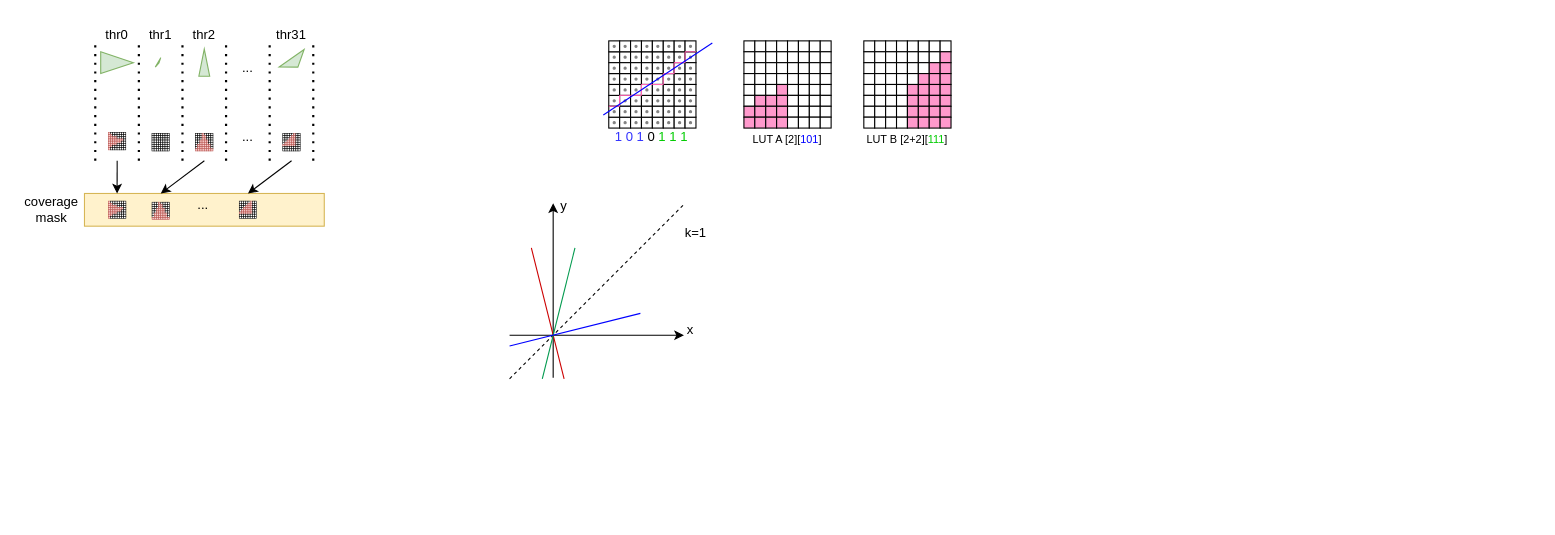
Before: input-shade.drawio in spaceboy202105/img, a draw.io diagram. Source tidied: cells renumbered, new cells numbered last; positions are measured from the earlier drawing's top-left corner, leaving out a move shared by most shapes. Both pictures are drawn from the tidied source at 109%, with x=0, y=0 at pixel (19, 19).
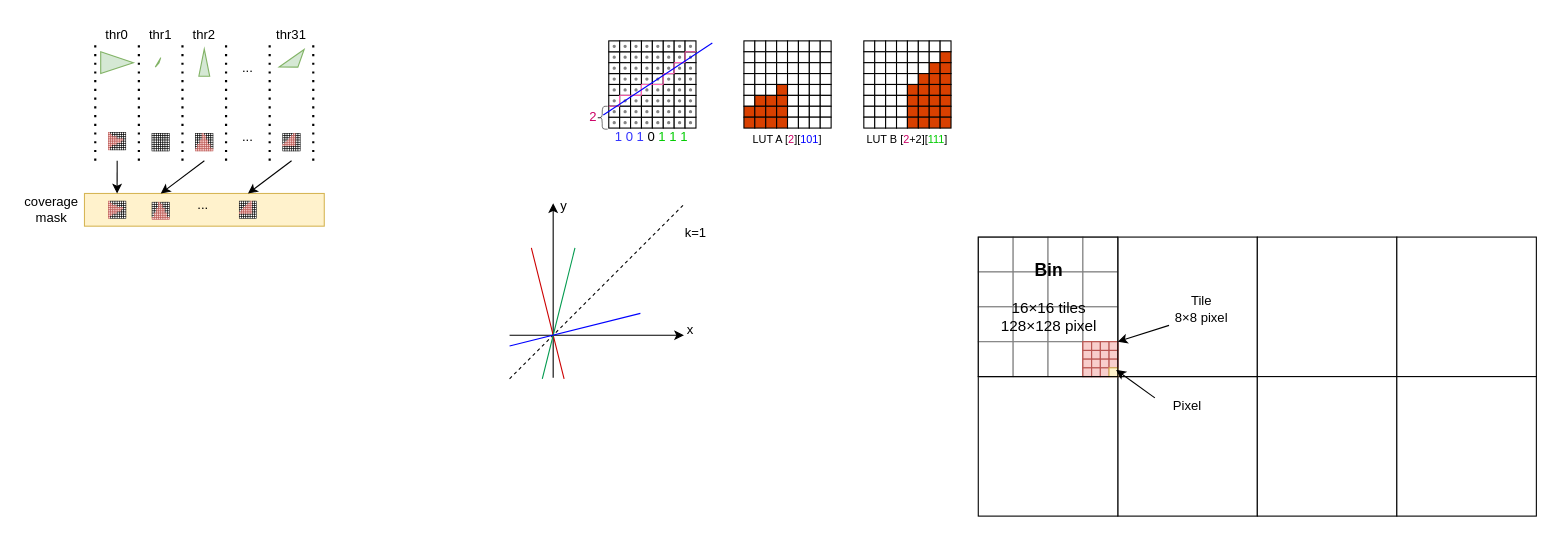
The same diagram, later.

Change to the diagram source:
```diff
@@
+    <mxCell id="756" style="rounded=0;whiteSpace=wrap;html=1;" parent="1" vertex="1">
+      <mxGeometry x="1008" y="328" width="128" height="128" as="geometry" />
+    </mxCell>
+    <mxCell id="757" style="rounded=0;whiteSpace=wrap;html=1;" parent="1" vertex="1">
+      <mxGeometry x="1008" y="200" width="128" height="128" as="geometry" />
+    </mxCell>
+    <mxCell id="758" style="rounded=0;whiteSpace=wrap;html=1;" parent="1" vertex="1">
+      <mxGeometry x="880" y="328" width="128" height="128" as="geometry" />
+    </mxCell>
@@
-    <mxCell id="652" style="rounded=0;whiteSpace=wrap;html=1;fillColor=#FF99CC;" parent="1" vertex="1">
+    <mxCell id="652" style="rounded=0;whiteSpace=wrap;html=1;fillColor=#d94000;" parent="1" vertex="1">
       <mxGeometry x="695" y="60" width="10" height="10" as="geometry" />
     </mxCell>
@@
-    <mxCell id="658" style="rounded=0;whiteSpace=wrap;html=1;fillColor=#FF99CC;" parent="1" vertex="1">
+    <mxCell id="658" style="rounded=0;whiteSpace=wrap;html=1;fillColor=#d94000;" parent="1" vertex="1">
       <mxGeometry x="675" y="70" width="10" height="10" as="geometry" />
     </mxCell>
-    <mxCell id="659" style="rounded=0;whiteSpace=wrap;html=1;fillColor=#FF99CC;" parent="1" vertex="1">
+    <mxCell id="659" style="rounded=0;whiteSpace=wrap;html=1;fillColor=#d94000;" parent="1" vertex="1">
       <mxGeometry x="685" y="70" width="10" height="10" as="geometry" />
     </mxCell>
-    <mxCell id="660" style="rounded=0;whiteSpace=wrap;html=1;fillColor=#FF99CC;" parent="1" vertex="1">
+    <mxCell id="660" style="rounded=0;whiteSpace=wrap;html=1;fillColor=#d94000;" parent="1" vertex="1">
       <mxGeometry x="695" y="70" width="10" height="10" as="geometry" />
     </mxCell>
@@
-    <mxCell id="665" style="rounded=0;whiteSpace=wrap;html=1;fillColor=#FF99CC;" parent="1" vertex="1">
+    <mxCell id="665" style="rounded=0;whiteSpace=wrap;html=1;fillColor=#d94000;" parent="1" vertex="1">
       <mxGeometry x="665" y="80" width="10" height="10" as="geometry" />
     </mxCell>
-    <mxCell id="666" style="rounded=0;whiteSpace=wrap;html=1;fillColor=#FF99CC;" parent="1" vertex="1">
+    <mxCell id="666" style="rounded=0;whiteSpace=wrap;html=1;fillColor=#d94000;" parent="1" vertex="1">
       <mxGeometry x="675" y="80" width="10" height="10" as="geometry" />
     </mxCell>
-    <mxCell id="667" style="rounded=0;whiteSpace=wrap;html=1;fillColor=#FF99CC;" parent="1" vertex="1">
+    <mxCell id="667" style="rounded=0;whiteSpace=wrap;html=1;fillColor=#d94000;" parent="1" vertex="1">
       <mxGeometry x="685" y="80" width="10" height="10" as="geometry" />
     </mxCell>
-    <mxCell id="668" style="rounded=0;whiteSpace=wrap;html=1;fillColor=#FF99CC;" parent="1" vertex="1">
+    <mxCell id="668" style="rounded=0;whiteSpace=wrap;html=1;fillColor=#d94000;" parent="1" vertex="1">
       <mxGeometry x="695" y="80" width="10" height="10" as="geometry" />
     </mxCell>
@@
-    <mxCell id="673" style="rounded=0;whiteSpace=wrap;html=1;fillColor=#FF99CC;" parent="1" vertex="1">
+    <mxCell id="673" style="rounded=0;whiteSpace=wrap;html=1;fillColor=#d94000;" parent="1" vertex="1">
       <mxGeometry x="665" y="90" width="10" height="10" as="geometry" />
     </mxCell>
-    <mxCell id="674" style="rounded=0;whiteSpace=wrap;html=1;fillColor=#FF99CC;" parent="1" vertex="1">
+    <mxCell id="674" style="rounded=0;whiteSpace=wrap;html=1;fillColor=#d94000;" parent="1" vertex="1">
       <mxGeometry x="675" y="90" width="10" height="10" as="geometry" />
     </mxCell>
-    <mxCell id="675" style="rounded=0;whiteSpace=wrap;html=1;fillColor=#FF99CC;" parent="1" vertex="1">
+    <mxCell id="675" style="rounded=0;whiteSpace=wrap;html=1;fillColor=#d94000;" parent="1" vertex="1">
       <mxGeometry x="685" y="90" width="10" height="10" as="geometry" />
     </mxCell>
-    <mxCell id="676" style="rounded=0;whiteSpace=wrap;html=1;fillColor=#FF99CC;" parent="1" vertex="1">
+    <mxCell id="676" style="rounded=0;whiteSpace=wrap;html=1;fillColor=#d94000;" parent="1" vertex="1">
       <mxGeometry x="695" y="90" width="10" height="10" as="geometry" />
     </mxCell>
@@
-    <mxCell id="681" value="&lt;font style=&quot;font-size: 10px;&quot;&gt;LUT A [2][&lt;font style=&quot;font-size: 10px;&quot; color=&quot;#0000ff&quot;&gt;101&lt;/font&gt;]&lt;/font&gt;" style="text;html=1;align=center;verticalAlign=middle;whiteSpace=wrap;rounded=0;" parent="1" vertex="1">
+    <mxCell id="681" value="&lt;font style=&quot;font-size: 10px;&quot;&gt;LUT A [&lt;font color=&quot;#cc0066&quot;&gt;2&lt;/font&gt;][&lt;font style=&quot;font-size: 10px;&quot; color=&quot;#0000ff&quot;&gt;101&lt;/font&gt;]&lt;/font&gt;" style="text;html=1;align=center;verticalAlign=middle;whiteSpace=wrap;rounded=0;" parent="1" vertex="1">
       <mxGeometry x="665" y="95" width="80" height="30" as="geometry" />
     </mxCell>
@@
-    <mxCell id="697" style="rounded=0;whiteSpace=wrap;html=1;fillColor=#FF99CC;" parent="1" vertex="1">
+    <mxCell id="697" style="rounded=0;whiteSpace=wrap;html=1;fillColor=#d94000;" parent="1" vertex="1">
       <mxGeometry x="845" y="30" width="10" height="10" as="geometry" />
     </mxCell>
@@
-    <mxCell id="704" style="rounded=0;whiteSpace=wrap;html=1;fillColor=#FF99CC;" parent="1" vertex="1">
+    <mxCell id="704" style="rounded=0;whiteSpace=wrap;html=1;fillColor=#d94000;" parent="1" vertex="1">
       <mxGeometry x="835" y="40" width="10" height="10" as="geometry" />
     </mxCell>
-    <mxCell id="705" style="rounded=0;whiteSpace=wrap;html=1;fillColor=#FF99CC;" parent="1" vertex="1">
+    <mxCell id="705" style="rounded=0;whiteSpace=wrap;html=1;fillColor=#d94000;" parent="1" vertex="1">
       <mxGeometry x="845" y="40" width="10" height="10" as="geometry" />
     </mxCell>
@@
-    <mxCell id="711" style="rounded=0;whiteSpace=wrap;html=1;fillColor=#FF99CC;" parent="1" vertex="1">
+    <mxCell id="711" style="rounded=0;whiteSpace=wrap;html=1;fillColor=#d94000;" parent="1" vertex="1">
       <mxGeometry x="825" y="50" width="10" height="10" as="geometry" />
     </mxCell>
-    <mxCell id="712" style="rounded=0;whiteSpace=wrap;html=1;fillColor=#FF99CC;" parent="1" vertex="1">
+    <mxCell id="712" style="rounded=0;whiteSpace=wrap;html=1;fillColor=#d94000;" parent="1" vertex="1">
       <mxGeometry x="835" y="50" width="10" height="10" as="geometry" />
     </mxCell>
-    <mxCell id="713" style="rounded=0;whiteSpace=wrap;html=1;fillColor=#FF99CC;" parent="1" vertex="1">
+    <mxCell id="713" style="rounded=0;whiteSpace=wrap;html=1;fillColor=#d94000;" parent="1" vertex="1">
       <mxGeometry x="845" y="50" width="10" height="10" as="geometry" />
     </mxCell>
@@
-    <mxCell id="718" style="rounded=0;whiteSpace=wrap;html=1;fillColor=#FF99CC;" parent="1" vertex="1">
+    <mxCell id="718" style="rounded=0;whiteSpace=wrap;html=1;fillColor=#d94000;" parent="1" vertex="1">
       <mxGeometry x="815" y="60" width="10" height="10" as="geometry" />
     </mxCell>
-    <mxCell id="719" style="rounded=0;whiteSpace=wrap;html=1;fillColor=#FF99CC;" parent="1" vertex="1">
+    <mxCell id="719" style="rounded=0;whiteSpace=wrap;html=1;fillColor=#d94000;" parent="1" vertex="1">
       <mxGeometry x="825" y="60" width="10" height="10" as="geometry" />
     </mxCell>
-    <mxCell id="720" style="rounded=0;whiteSpace=wrap;html=1;fillColor=#FF99CC;" parent="1" vertex="1">
+    <mxCell id="720" style="rounded=0;whiteSpace=wrap;html=1;fillColor=#d94000;" parent="1" vertex="1">
       <mxGeometry x="835" y="60" width="10" height="10" as="geometry" />
     </mxCell>
-    <mxCell id="721" style="rounded=0;whiteSpace=wrap;html=1;fillColor=#FF99CC;" parent="1" vertex="1">
+    <mxCell id="721" style="rounded=0;whiteSpace=wrap;html=1;fillColor=#d94000;" parent="1" vertex="1">
       <mxGeometry x="845" y="60" width="10" height="10" as="geometry" />
     </mxCell>
@@
-    <mxCell id="726" style="rounded=0;whiteSpace=wrap;html=1;fillColor=#FF99CC;" parent="1" vertex="1">
+    <mxCell id="726" style="rounded=0;whiteSpace=wrap;html=1;fillColor=#d94000;" parent="1" vertex="1">
       <mxGeometry x="815" y="70" width="10" height="10" as="geometry" />
     </mxCell>
-    <mxCell id="727" style="rounded=0;whiteSpace=wrap;html=1;fillColor=#FF99CC;" parent="1" vertex="1">
+    <mxCell id="727" style="rounded=0;whiteSpace=wrap;html=1;fillColor=#d94000;" parent="1" vertex="1">
       <mxGeometry x="825" y="70" width="10" height="10" as="geometry" />
     </mxCell>
-    <mxCell id="728" style="rounded=0;whiteSpace=wrap;html=1;fillColor=#FF99CC;" parent="1" vertex="1">
+    <mxCell id="728" style="rounded=0;whiteSpace=wrap;html=1;fillColor=#d94000;" parent="1" vertex="1">
       <mxGeometry x="835" y="70" width="10" height="10" as="geometry" />
     </mxCell>
-    <mxCell id="729" style="rounded=0;whiteSpace=wrap;html=1;fillColor=#FF99CC;" parent="1" vertex="1">
+    <mxCell id="729" style="rounded=0;whiteSpace=wrap;html=1;fillColor=#d94000;" parent="1" vertex="1">
       <mxGeometry x="845" y="70" width="10" height="10" as="geometry" />
     </mxCell>
@@
-    <mxCell id="734" style="rounded=0;whiteSpace=wrap;html=1;fillColor=#FF99CC;" parent="1" vertex="1">
+    <mxCell id="734" style="rounded=0;whiteSpace=wrap;html=1;fillColor=#d94000;" parent="1" vertex="1">
       <mxGeometry x="815" y="80" width="10" height="10" as="geometry" />
     </mxCell>
-    <mxCell id="735" style="rounded=0;whiteSpace=wrap;html=1;fillColor=#FF99CC;" parent="1" vertex="1">
+    <mxCell id="735" style="rounded=0;whiteSpace=wrap;html=1;fillColor=#d94000;" parent="1" vertex="1">
       <mxGeometry x="825" y="80" width="10" height="10" as="geometry" />
     </mxCell>
-    <mxCell id="736" style="rounded=0;whiteSpace=wrap;html=1;fillColor=#FF99CC;" parent="1" vertex="1">
+    <mxCell id="736" style="rounded=0;whiteSpace=wrap;html=1;fillColor=#d94000;" parent="1" vertex="1">
       <mxGeometry x="835" y="80" width="10" height="10" as="geometry" />
     </mxCell>
-    <mxCell id="737" style="rounded=0;whiteSpace=wrap;html=1;fillColor=#FF99CC;" parent="1" vertex="1">
+    <mxCell id="737" style="rounded=0;whiteSpace=wrap;html=1;fillColor=#d94000;" parent="1" vertex="1">
       <mxGeometry x="845" y="80" width="10" height="10" as="geometry" />
     </mxCell>
@@
-    <mxCell id="742" style="rounded=0;whiteSpace=wrap;html=1;fillColor=#FF99CC;" parent="1" vertex="1">
+    <mxCell id="742" style="rounded=0;whiteSpace=wrap;html=1;fillColor=#d94000;" parent="1" vertex="1">
       <mxGeometry x="815" y="90" width="10" height="10" as="geometry" />
     </mxCell>
-    <mxCell id="743" style="rounded=0;whiteSpace=wrap;html=1;fillColor=#FF99CC;" parent="1" vertex="1">
+    <mxCell id="743" style="rounded=0;whiteSpace=wrap;html=1;fillColor=#d94000;" parent="1" vertex="1">
       <mxGeometry x="825" y="90" width="10" height="10" as="geometry" />
     </mxCell>
-    <mxCell id="744" style="rounded=0;whiteSpace=wrap;html=1;fillColor=#FF99CC;" parent="1" vertex="1">
+    <mxCell id="744" style="rounded=0;whiteSpace=wrap;html=1;fillColor=#d94000;" parent="1" vertex="1">
       <mxGeometry x="835" y="90" width="10" height="10" as="geometry" />
     </mxCell>
-    <mxCell id="745" style="rounded=0;whiteSpace=wrap;html=1;fillColor=#FF99CC;" parent="1" vertex="1">
+    <mxCell id="745" style="rounded=0;whiteSpace=wrap;html=1;fillColor=#d94000;" parent="1" vertex="1">
       <mxGeometry x="845" y="90" width="10" height="10" as="geometry" />
     </mxCell>
-    <mxCell id="746" value="&lt;font style=&quot;font-size: 10px;&quot;&gt;LUT B [2+2][&lt;font color=&quot;#00cc00&quot; style=&quot;font-size: 10px;&quot;&gt;111&lt;/font&gt;]&lt;/font&gt;" style="text;html=1;align=center;verticalAlign=middle;whiteSpace=wrap;rounded=0;" parent="1" vertex="1">
+    <mxCell id="746" value="&lt;font style=&quot;font-size: 10px;&quot;&gt;LUT B [&lt;font color=&quot;#cc0066&quot;&gt;2&lt;/font&gt;+2][&lt;font color=&quot;#00cc00&quot; style=&quot;font-size: 10px;&quot;&gt;111&lt;/font&gt;]&lt;/font&gt;" style="text;html=1;align=center;verticalAlign=middle;whiteSpace=wrap;rounded=0;" parent="1" vertex="1">
       <mxGeometry x="770" y="95" width="90" height="30" as="geometry" />
     </mxCell>
@@
+    <mxCell id="759" style="shape=curlyBracket;whiteSpace=wrap;html=1;rounded=1;labelPosition=left;verticalLabelPosition=middle;align=right;verticalAlign=middle;strokeWidth=0.5;" parent="1" vertex="1">
+      <mxGeometry x="530" y="80" width="10" height="21" as="geometry" />
+    </mxCell>
+    <mxCell id="760" value="&lt;font color=&quot;#cc0066&quot;&gt;2&lt;/font&gt;" style="text;html=1;align=center;verticalAlign=middle;whiteSpace=wrap;rounded=0;" parent="1" vertex="1">
+      <mxGeometry x="497" y="75" width="60" height="30" as="geometry" />
+    </mxCell>
+    <mxCell id="761" style="rounded=0;whiteSpace=wrap;html=1;strokeColor=#808080;" parent="1" vertex="1">
+      <mxGeometry x="880" y="200" width="32" height="32" as="geometry" />
+    </mxCell>
+    <mxCell id="762" style="rounded=0;whiteSpace=wrap;html=1;strokeColor=#808080;" parent="1" vertex="1">
+      <mxGeometry x="912" y="200" width="32" height="32" as="geometry" />
+    </mxCell>
+    <mxCell id="763" style="rounded=0;whiteSpace=wrap;html=1;strokeColor=#808080;" parent="1" vertex="1">
+      <mxGeometry x="944" y="200" width="32" height="32" as="geometry" />
+    </mxCell>
+    <mxCell id="764" style="rounded=0;whiteSpace=wrap;html=1;strokeColor=#808080;" parent="1" vertex="1">
+      <mxGeometry x="976" y="200" width="32" height="32" as="geometry" />
+    </mxCell>
+    <mxCell id="765" style="rounded=0;whiteSpace=wrap;html=1;strokeColor=#808080;" parent="1" vertex="1">
+      <mxGeometry x="880" y="232" width="32" height="32" as="geometry" />
+    </mxCell>
+    <mxCell id="766" style="rounded=0;whiteSpace=wrap;html=1;strokeColor=#808080;" parent="1" vertex="1">
+      <mxGeometry x="912" y="232" width="32" height="32" as="geometry" />
+    </mxCell>
+    <mxCell id="767" style="rounded=0;whiteSpace=wrap;html=1;strokeColor=#808080;" parent="1" vertex="1">
+      <mxGeometry x="944" y="232" width="32" height="32" as="geometry" />
+    </mxCell>
+    <mxCell id="768" style="rounded=0;whiteSpace=wrap;html=1;strokeColor=#808080;" parent="1" vertex="1">
+      <mxGeometry x="976" y="232" width="32" height="32" as="geometry" />
+    </mxCell>
+    <mxCell id="769" style="rounded=0;whiteSpace=wrap;html=1;strokeColor=#808080;" parent="1" vertex="1">
+      <mxGeometry x="880" y="264" width="32" height="32" as="geometry" />
+    </mxCell>
+    <mxCell id="770" style="rounded=0;whiteSpace=wrap;html=1;strokeColor=#808080;" parent="1" vertex="1">
+      <mxGeometry x="912" y="264" width="32" height="32" as="geometry" />
+    </mxCell>
+    <mxCell id="771" style="rounded=0;whiteSpace=wrap;html=1;strokeColor=#808080;" parent="1" vertex="1">
+      <mxGeometry x="944" y="264" width="32" height="32" as="geometry" />
+    </mxCell>
+    <mxCell id="772" style="rounded=0;whiteSpace=wrap;html=1;strokeColor=#808080;" parent="1" vertex="1">
+      <mxGeometry x="976" y="264" width="32" height="32" as="geometry" />
+    </mxCell>
+    <mxCell id="773" style="rounded=0;whiteSpace=wrap;html=1;strokeColor=#808080;" parent="1" vertex="1">
+      <mxGeometry x="880" y="296" width="32" height="32" as="geometry" />
+    </mxCell>
+    <mxCell id="774" style="rounded=0;whiteSpace=wrap;html=1;strokeColor=#808080;" parent="1" vertex="1">
+      <mxGeometry x="912" y="296" width="32" height="32" as="geometry" />
+    </mxCell>
+    <mxCell id="775" style="rounded=0;whiteSpace=wrap;html=1;strokeColor=#808080;" parent="1" vertex="1">
+      <mxGeometry x="944" y="296" width="32" height="32" as="geometry" />
+    </mxCell>
+    <mxCell id="776" style="rounded=0;whiteSpace=wrap;html=1;fillColor=#f8cecc;strokeColor=#b85450;" parent="1" vertex="1">
+      <mxGeometry x="976" y="296" width="32" height="32" as="geometry" />
+    </mxCell>
+    <mxCell id="777" style="rounded=0;whiteSpace=wrap;html=1;fillColor=#f8cecc;strokeColor=#b85450;" parent="1" vertex="1">
+      <mxGeometry x="976" y="296" width="8" height="8" as="geometry" />
+    </mxCell>
+    <mxCell id="778" style="rounded=0;whiteSpace=wrap;html=1;fillColor=#f8cecc;strokeColor=#b85450;" parent="1" vertex="1">
+      <mxGeometry x="984" y="296" width="8" height="8" as="geometry" />
+    </mxCell>
+    <mxCell id="779" style="rounded=0;whiteSpace=wrap;html=1;fillColor=#f8cecc;strokeColor=#b85450;" parent="1" vertex="1">
+      <mxGeometry x="992" y="296" width="8" height="8" as="geometry" />
+    </mxCell>
+    <mxCell id="780" style="rounded=0;whiteSpace=wrap;html=1;fillColor=#f8cecc;strokeColor=#b85450;" parent="1" vertex="1">
+      <mxGeometry x="1000" y="296" width="8" height="8" as="geometry" />
+    </mxCell>
+    <mxCell id="781" style="rounded=0;whiteSpace=wrap;html=1;fillColor=#f8cecc;strokeColor=#b85450;" parent="1" vertex="1">
+      <mxGeometry x="976" y="304" width="8" height="8" as="geometry" />
+    </mxCell>
+    <mxCell id="782" style="rounded=0;whiteSpace=wrap;html=1;fillColor=#f8cecc;strokeColor=#b85450;" parent="1" vertex="1">
+      <mxGeometry x="984" y="304" width="8" height="8" as="geometry" />
+    </mxCell>
+    <mxCell id="783" style="rounded=0;whiteSpace=wrap;html=1;fillColor=#f8cecc;strokeColor=#b85450;" parent="1" vertex="1">
+      <mxGeometry x="992" y="304" width="8" height="8" as="geometry" />
+    </mxCell>
+    <mxCell id="784" style="rounded=0;whiteSpace=wrap;html=1;fillColor=#f8cecc;strokeColor=#b85450;" parent="1" vertex="1">
+      <mxGeometry x="1000" y="304" width="8" height="8" as="geometry" />
+    </mxCell>
+    <mxCell id="785" style="rounded=0;whiteSpace=wrap;html=1;fillColor=#f8cecc;strokeColor=#b85450;" parent="1" vertex="1">
+      <mxGeometry x="976" y="312" width="8" height="8" as="geometry" />
+    </mxCell>
+    <mxCell id="786" style="rounded=0;whiteSpace=wrap;html=1;fillColor=#f8cecc;strokeColor=#b85450;" parent="1" vertex="1">
+      <mxGeometry x="984" y="312" width="8" height="8" as="geometry" />
+    </mxCell>
+    <mxCell id="787" style="rounded=0;whiteSpace=wrap;html=1;fillColor=#f8cecc;strokeColor=#b85450;" parent="1" vertex="1">
+      <mxGeometry x="992" y="312" width="8" height="8" as="geometry" />
+    </mxCell>
+    <mxCell id="788" style="rounded=0;whiteSpace=wrap;html=1;fillColor=#f8cecc;strokeColor=#b85450;" parent="1" vertex="1">
+      <mxGeometry x="1000" y="312" width="8" height="8" as="geometry" />
+    </mxCell>
+    <mxCell id="789" style="rounded=0;whiteSpace=wrap;html=1;fillColor=#f8cecc;strokeColor=#b85450;" parent="1" vertex="1">
+      <mxGeometry x="976" y="320" width="8" height="8" as="geometry" />
+    </mxCell>
+    <mxCell id="790" style="rounded=0;whiteSpace=wrap;html=1;fillColor=#f8cecc;strokeColor=#b85450;" parent="1" vertex="1">
+      <mxGeometry x="984" y="320" width="8" height="8" as="geometry" />
+    </mxCell>
+    <mxCell id="791" style="rounded=0;whiteSpace=wrap;html=1;fillColor=#f8cecc;strokeColor=#b85450;" parent="1" vertex="1">
+      <mxGeometry x="992" y="320" width="8" height="8" as="geometry" />
+    </mxCell>
+    <mxCell id="792" style="rounded=0;whiteSpace=wrap;html=1;fillColor=#fff2cc;strokeColor=#d6b656;" parent="1" vertex="1">
+      <mxGeometry x="1000" y="320" width="8" height="8" as="geometry" />
+    </mxCell>
+    <mxCell id="793" value="Pixel" style="text;html=1;align=center;verticalAlign=middle;whiteSpace=wrap;rounded=0;" parent="1" vertex="1">
+      <mxGeometry x="1042" y="340" width="60" height="30" as="geometry" />
+    </mxCell>
+    <mxCell id="794" style="rounded=0;jettySize=auto;html=1;exitX=0;exitY=1;exitDx=0;exitDy=0;entryX=1;entryY=0;entryDx=0;entryDy=0;" parent="1" edge="1" source="795" target="780">
+      <mxGeometry relative="1" as="geometry" />
+    </mxCell>
+    <mxCell id="795" value="Tile&lt;div&gt;8×8 pixel&lt;/div&gt;" style="text;html=1;align=center;verticalAlign=middle;whiteSpace=wrap;rounded=0;" parent="1" vertex="1">
+      <mxGeometry x="1055" y="251" width="60" height="30" as="geometry" />
+    </mxCell>
+    <mxCell id="796" style="rounded=0;whiteSpace=wrap;html=1;" parent="1" vertex="1">
+      <mxGeometry x="1136" y="200" width="128" height="128" as="geometry" />
+    </mxCell>
+    <mxCell id="797" style="rounded=0;whiteSpace=wrap;html=1;" parent="1" vertex="1">
+      <mxGeometry x="1264" y="200" width="128" height="128" as="geometry" />
+    </mxCell>
+    <mxCell id="798" style="rounded=0;jettySize=auto;html=1;exitX=0;exitY=0.25;exitDx=0;exitDy=0;entryX=0.988;entryY=0.952;entryDx=0;entryDy=0;entryPerimeter=0;" parent="1" edge="1" source="793" target="801">
+      <mxGeometry relative="1" as="geometry" />
+    </mxCell>
+    <mxCell id="799" style="rounded=0;whiteSpace=wrap;html=1;" parent="1" vertex="1">
+      <mxGeometry x="1136" y="328" width="128" height="128" as="geometry" />
+    </mxCell>
+    <mxCell id="800" style="rounded=0;whiteSpace=wrap;html=1;" parent="1" vertex="1">
+      <mxGeometry x="1264" y="328" width="128" height="128" as="geometry" />
+    </mxCell>
+    <mxCell id="801" style="rounded=0;whiteSpace=wrap;html=1;fillColor=none;" parent="1" vertex="1">
+      <mxGeometry x="880" y="200" width="128" height="128" as="geometry" />
+    </mxCell>
+    <mxCell id="802" value="&lt;font size=&quot;1&quot; style=&quot;&quot;&gt;&lt;b style=&quot;font-size: 16px;&quot;&gt;Bin&lt;/b&gt;&lt;/font&gt;&lt;div&gt;&lt;span style=&quot;font-size: 14px;&quot;&gt;&lt;br&gt;&lt;/span&gt;&lt;div style=&quot;font-size: 14px;&quot;&gt;&lt;font style=&quot;font-size: 14px;&quot;&gt;16×16 tiles&lt;/font&gt;&lt;/div&gt;&lt;div style=&quot;font-size: 14px;&quot;&gt;&lt;font style=&quot;font-size: 14px;&quot;&gt;128×128 pixel&lt;/font&gt;&lt;/div&gt;&lt;/div&gt;" style="text;html=1;align=center;verticalAlign=middle;whiteSpace=wrap;rounded=0;" parent="1" vertex="1">
+      <mxGeometry x="890" y="240" width="110" height="30" as="geometry" />
+    </mxCell>
```
